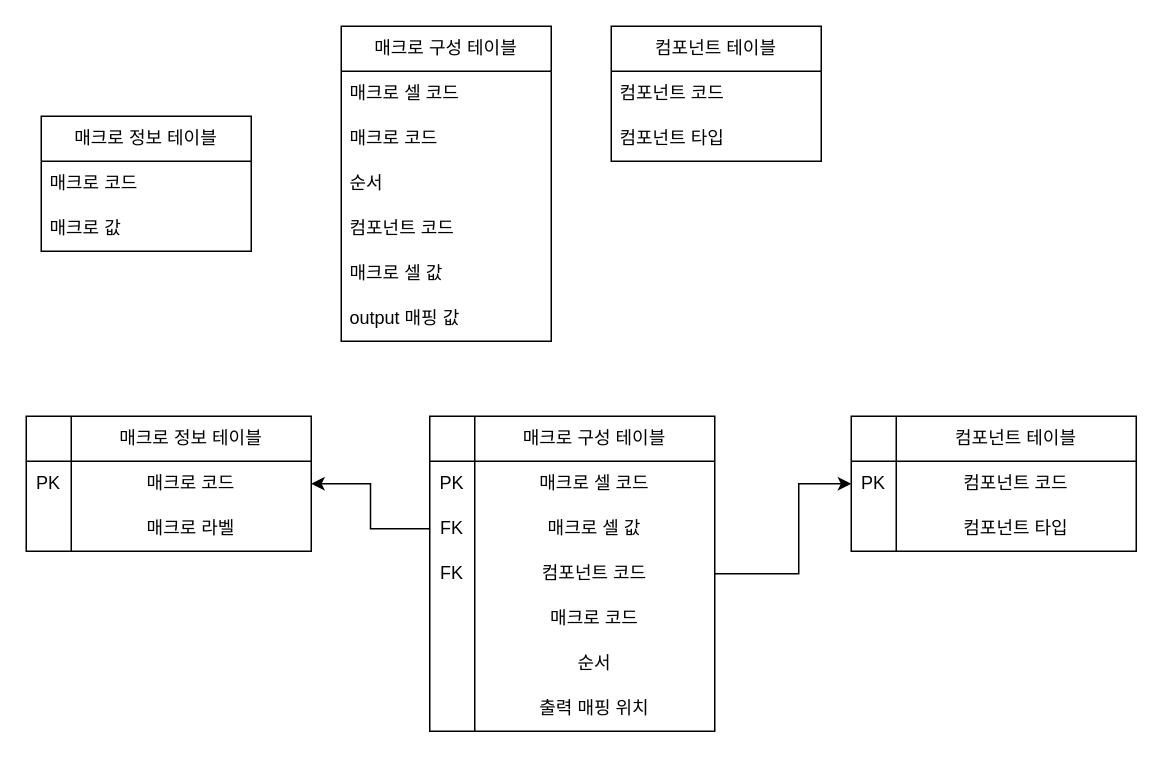
moong23/MA_ERD keeps this draw.io diagram as 제목 없는 다이어그램.drawio. Above is the earlier version. Source tidied: cells renumbered, new cells numbered last; positions are measured from the earlier drawing's top-left corner, leaving out a move shared by most shapes. Both pictures are drawn from the tidied source at 150%, with x=0, y=0 at pixel (26, 26).
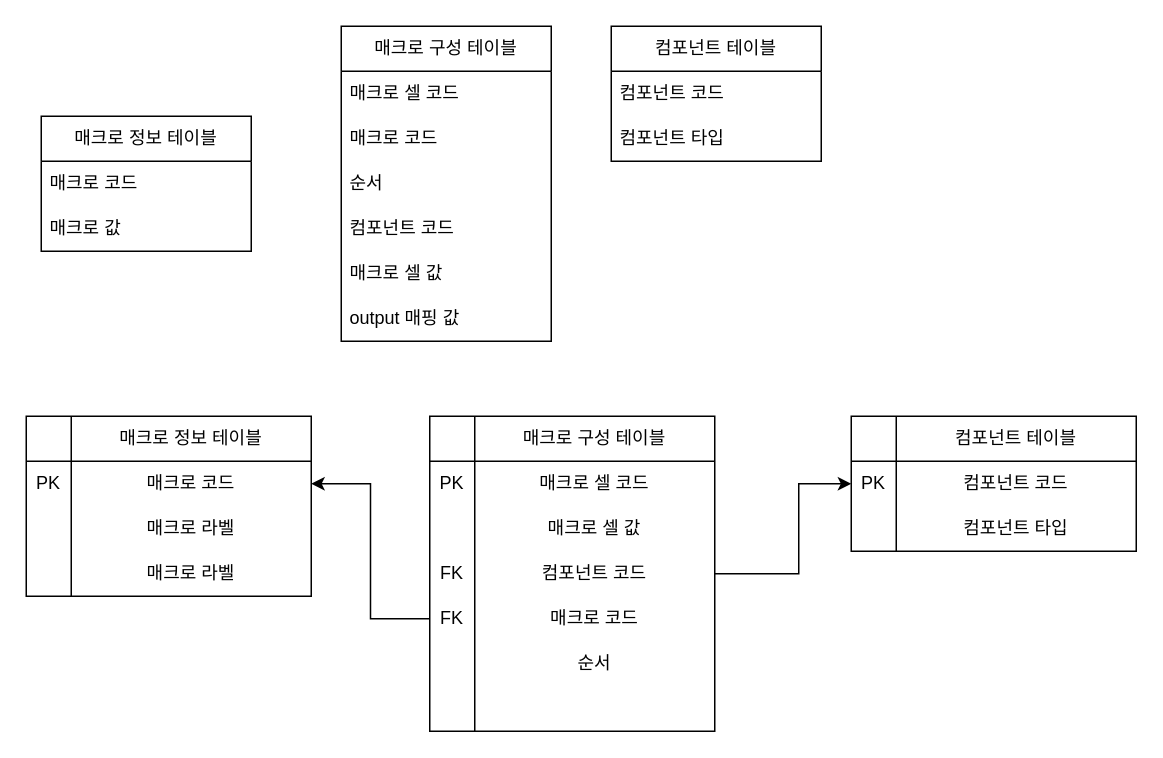
Above is the later version.

Commit message:
제목 없는 다이어그램.drawio 업데이트

What changed in the source:
```diff
@@
     <mxCell id="15" style="shape=internalStorage;whiteSpace=wrap;html=1;backgroundOutline=1;dx=30;dy=30;" parent="1" vertex="1">
-      <mxGeometry y="260" width="190" height="90" as="geometry" />
+      <mxGeometry y="260" width="190" height="120" as="geometry" />
     </mxCell>
@@
-    <mxCell id="28" value="출력 매핑 위치" style="text;html=1;align=center;verticalAlign=middle;whiteSpace=wrap;rounded=0;" parent="1" vertex="1">
-      <mxGeometry x="299" y="440" width="160" height="30" as="geometry" />
-    </mxCell>
@@
     <mxCell id="36" value="FK" style="text;html=1;align=center;verticalAlign=middle;whiteSpace=wrap;rounded=0;" parent="1" vertex="1">
-      <mxGeometry x="269" y="320" width="30" height="30" as="geometry" />
+      <mxGeometry x="269" y="380" width="30" height="30" as="geometry" />
     </mxCell>
@@
+    <mxCell id="38" value="매크로 라벨" style="text;html=1;align=center;verticalAlign=middle;whiteSpace=wrap;rounded=0;" parent="1" vertex="1">
+      <mxGeometry x="30" y="350" width="160" height="30" as="geometry" />
+    </mxCell>
```
